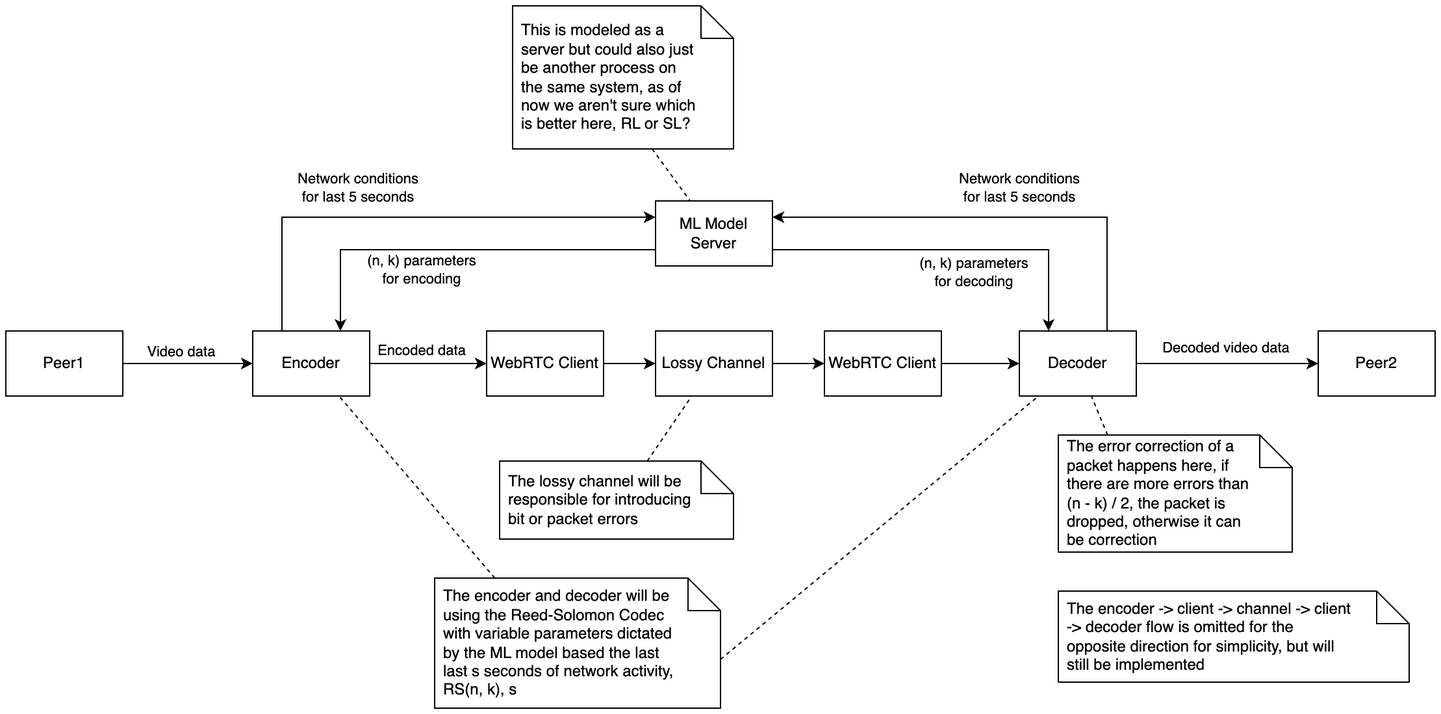
Before: system_diagram.png, a diagram exported from draw.io (jason-gerard/Adaptive-FEC-WebRTC). Source tidied: cells renumbered, new cells last; positions are measured from the earlier drawing's top-left corner, leaving out a move shared by most shapes. Its diagram source:
```xml
<mxGraphModel>
  <root>
    <mxCell id="0" />
    <mxCell id="1" parent="0" />
    <mxCell id="2" style="edgeStyle=orthogonalEdgeStyle;rounded=0;jettySize=auto;html=1;exitX=1;exitY=0.5;exitDx=0;exitDy=0;entryX=0;entryY=0.5;entryDx=0;entryDy=0;" parent="1" edge="1" source="4" target="10">
      <mxGeometry relative="1" as="geometry" />
    </mxCell>
    <mxCell id="3" value="Video data" style="edgeLabel;html=1;align=center;verticalAlign=middle;" parent="2" vertex="1">
      <mxGeometry x="-0.52" y="-1" relative="1" as="geometry">
        <mxPoint x="21" y="-10" as="offset" />
      </mxGeometry>
    </mxCell>
    <mxCell id="4" value="Peer1" style="rounded=0;whiteSpace=wrap;html=1;" parent="1" vertex="1">
      <mxGeometry y="250" width="90" height="50" as="geometry" />
    </mxCell>
    <mxCell id="5" value="Peer2" style="rounded=0;whiteSpace=wrap;html=1;" parent="1" vertex="1">
      <mxGeometry x="1010" y="250" width="90" height="50" as="geometry" />
    </mxCell>
    <mxCell id="6" style="edgeStyle=orthogonalEdgeStyle;rounded=0;jettySize=auto;html=1;entryX=0;entryY=0.25;entryDx=0;entryDy=0;exitX=0.25;exitY=0;exitDx=0;exitDy=0;" parent="1" edge="1" source="10" target="15">
      <mxGeometry relative="1" as="geometry" />
    </mxCell>
    <mxCell id="7" value="Network conditions&lt;br&gt;for last 5 seconds" style="edgeLabel;html=1;align=center;verticalAlign=middle;" parent="6" vertex="1">
      <mxGeometry x="-0.42" y="2" relative="1" as="geometry">
        <mxPoint x="36" y="-21" as="offset" />
      </mxGeometry>
    </mxCell>
    <mxCell id="8" style="edgeStyle=orthogonalEdgeStyle;rounded=0;jettySize=auto;html=1;exitX=1;exitY=0.5;exitDx=0;exitDy=0;entryX=0;entryY=0.5;entryDx=0;entryDy=0;" parent="1" edge="1" source="10" target="17">
      <mxGeometry relative="1" as="geometry" />
    </mxCell>
    <mxCell id="9" value="Encoded data" style="edgeLabel;html=1;align=center;verticalAlign=middle;" parent="8" vertex="1">
      <mxGeometry x="-0.21" relative="1" as="geometry">
        <mxPoint x="4" y="-10" as="offset" />
      </mxGeometry>
    </mxCell>
    <mxCell id="10" value="Encoder" style="rounded=0;whiteSpace=wrap;html=1;" parent="1" vertex="1">
      <mxGeometry x="190" y="250" width="90" height="50" as="geometry" />
    </mxCell>
    <mxCell id="11" style="edgeStyle=orthogonalEdgeStyle;rounded=0;jettySize=auto;html=1;exitX=0;exitY=0.75;exitDx=0;exitDy=0;entryX=0.75;entryY=0;entryDx=0;entryDy=0;" parent="1" edge="1" source="15" target="10">
      <mxGeometry relative="1" as="geometry" />
    </mxCell>
    <mxCell id="12" value="(n, k) parameters&lt;br&gt;for encoding" style="edgeLabel;html=1;align=center;verticalAlign=middle;" parent="11" vertex="1">
      <mxGeometry x="0.3" y="-3" relative="1" as="geometry">
        <mxPoint x="18" y="18" as="offset" />
      </mxGeometry>
    </mxCell>
    <mxCell id="13" style="edgeStyle=orthogonalEdgeStyle;rounded=0;jettySize=auto;html=1;exitX=1;exitY=0.75;exitDx=0;exitDy=0;entryX=0.25;entryY=0;entryDx=0;entryDy=0;" parent="1" edge="1" source="15" target="26">
      <mxGeometry relative="1" as="geometry" />
    </mxCell>
    <mxCell id="14" value="(n, k) parameters&lt;br style=&quot;border-color: var(--border-color);&quot;&gt;for decoding" style="edgeLabel;html=1;align=center;verticalAlign=middle;" parent="13" vertex="1">
      <mxGeometry x="0.15" y="-1" relative="1" as="geometry">
        <mxPoint x="-3" y="16" as="offset" />
      </mxGeometry>
    </mxCell>
    <mxCell id="15" value="ML Model Server" style="rounded=0;whiteSpace=wrap;html=1;" parent="1" vertex="1">
      <mxGeometry x="500" y="150" width="90" height="50" as="geometry" />
    </mxCell>
    <mxCell id="16" style="edgeStyle=orthogonalEdgeStyle;rounded=0;jettySize=auto;html=1;exitX=1;exitY=0.5;exitDx=0;exitDy=0;entryX=0;entryY=0.5;entryDx=0;entryDy=0;" parent="1" edge="1" source="17" target="19">
      <mxGeometry relative="1" as="geometry" />
    </mxCell>
    <mxCell id="17" value="WebRTC Client" style="rounded=0;whiteSpace=wrap;html=1;" parent="1" vertex="1">
      <mxGeometry x="370" y="250" width="90" height="50" as="geometry" />
    </mxCell>
    <mxCell id="18" style="edgeStyle=orthogonalEdgeStyle;rounded=0;jettySize=auto;html=1;exitX=1;exitY=0.5;exitDx=0;exitDy=0;entryX=0;entryY=0.5;entryDx=0;entryDy=0;" parent="1" edge="1" source="19" target="21">
      <mxGeometry relative="1" as="geometry" />
    </mxCell>
    <mxCell id="19" value="Lossy Channel" style="rounded=0;whiteSpace=wrap;html=1;" parent="1" vertex="1">
      <mxGeometry x="500" y="250" width="90" height="50" as="geometry" />
    </mxCell>
    <mxCell id="20" style="edgeStyle=orthogonalEdgeStyle;rounded=0;jettySize=auto;html=1;exitX=1;exitY=0.5;exitDx=0;exitDy=0;entryX=0;entryY=0.5;entryDx=0;entryDy=0;" parent="1" edge="1" source="21" target="26">
      <mxGeometry relative="1" as="geometry" />
    </mxCell>
    <mxCell id="21" value="WebRTC Client" style="rounded=0;whiteSpace=wrap;html=1;" parent="1" vertex="1">
      <mxGeometry x="630" y="250" width="90" height="50" as="geometry" />
    </mxCell>
    <mxCell id="22" style="edgeStyle=orthogonalEdgeStyle;rounded=0;jettySize=auto;html=1;exitX=0.75;exitY=0;exitDx=0;exitDy=0;entryX=1;entryY=0.25;entryDx=0;entryDy=0;" parent="1" edge="1" source="26" target="15">
      <mxGeometry relative="1" as="geometry" />
    </mxCell>
    <mxCell id="23" value="Network conditions&lt;br style=&quot;border-color: var(--border-color);&quot;&gt;for last 5 seconds" style="edgeLabel;html=1;align=center;verticalAlign=middle;" parent="22" vertex="1">
      <mxGeometry x="0.2" relative="1" as="geometry">
        <mxPoint x="53" y="-23" as="offset" />
      </mxGeometry>
    </mxCell>
    <mxCell id="24" style="edgeStyle=orthogonalEdgeStyle;rounded=0;jettySize=auto;html=1;exitX=1;exitY=0.5;exitDx=0;exitDy=0;entryX=0;entryY=0.5;entryDx=0;entryDy=0;" parent="1" edge="1" source="26" target="5">
      <mxGeometry relative="1" as="geometry" />
    </mxCell>
    <mxCell id="25" value="Decoded video data" style="edgeLabel;html=1;align=center;verticalAlign=middle;" parent="24" vertex="1">
      <mxGeometry x="-0.58" y="2" relative="1" as="geometry">
        <mxPoint x="39" y="-10" as="offset" />
      </mxGeometry>
    </mxCell>
    <mxCell id="26" value="Decoder" style="rounded=0;whiteSpace=wrap;html=1;" parent="1" vertex="1">
      <mxGeometry x="780" y="250" width="90" height="50" as="geometry" />
    </mxCell>
    <mxCell id="27" style="shape=note2;boundedLbl=1;whiteSpace=wrap;html=1;size=25;verticalAlign=top;align=left;spacingLeft=5;" parent="1" vertex="1">
      <mxGeometry x="380" y="350" width="180" height="60" as="geometry" />
    </mxCell>
    <mxCell id="28" value="The lossy channel will be responsible for introducing bit or packet errors" style="strokeColor=none;fillColor=none;align=left;spacingLeft=5;html=1;whiteSpace=wrap;" parent="27" vertex="1">
      <mxGeometry width="151.58" height="60" relative="1" as="geometry" />
    </mxCell>
    <mxCell id="29" style="rounded=0;jettySize=auto;html=1;exitX=0.75;exitY=0;exitDx=0;exitDy=0;endArrow=none;endFill=0;dashed=1;" parent="1" edge="1" source="28" target="19">
      <mxGeometry relative="1" as="geometry" />
    </mxCell>
    <mxCell id="30" style="rounded=0;jettySize=auto;html=1;exitX=0;exitY=0;exitDx=220;exitDy=62.5;exitPerimeter=0;endArrow=none;endFill=0;dashed=1;" parent="1" edge="1" source="31" target="26">
      <mxGeometry relative="1" as="geometry" />
    </mxCell>
    <mxCell id="31" style="shape=note2;boundedLbl=1;whiteSpace=wrap;html=1;size=25;verticalAlign=top;align=left;spacingLeft=5;" parent="1" vertex="1">
      <mxGeometry x="330" y="440" width="220" height="100" as="geometry" />
    </mxCell>
    <mxCell id="32" value="The encoder and decoder will be using the Reed-Solomon Codec with variable parameters dictated by the ML model based the last last s seconds of network activity, RS(n, k), s" style="strokeColor=none;fillColor=none;align=left;spacingLeft=5;html=1;whiteSpace=wrap;" parent="31" vertex="1">
      <mxGeometry width="185.26" height="100" relative="1" as="geometry" />
    </mxCell>
    <mxCell id="33" style="rounded=0;jettySize=auto;html=1;exitX=0.25;exitY=0;exitDx=0;exitDy=0;dashed=1;endArrow=none;endFill=0;" parent="1" edge="1" source="32" target="10">
      <mxGeometry relative="1" as="geometry" />
    </mxCell>
    <mxCell id="34" style="shape=note2;boundedLbl=1;whiteSpace=wrap;html=1;size=25;verticalAlign=top;align=left;spacingLeft=5;" parent="1" vertex="1">
      <mxGeometry x="390" width="170" height="110" as="geometry" />
    </mxCell>
    <mxCell id="35" value="This is modeled as a server but could also just be another process on the same system, as of now we aren't sure which is better here, RL or SL?" style="strokeColor=none;fillColor=none;align=left;spacingLeft=5;html=1;whiteSpace=wrap;" parent="34" vertex="1">
      <mxGeometry width="143.16" height="110" relative="1" as="geometry" />
    </mxCell>
    <mxCell id="36" style="rounded=0;jettySize=auto;html=1;dashed=1;endArrow=none;endFill=0;exitX=0.75;exitY=1;exitDx=0;exitDy=0;" parent="1" edge="1" source="35" target="15">
      <mxGeometry relative="1" as="geometry" />
    </mxCell>
    <mxCell id="37" style="shape=note2;boundedLbl=1;whiteSpace=wrap;html=1;size=25;verticalAlign=top;align=left;spacingLeft=5;" parent="1" vertex="1">
      <mxGeometry x="810" y="330" width="180" height="90" as="geometry" />
    </mxCell>
    <mxCell id="38" value="The error correction of a packet happens here, if there are more errors than (n - k) / 2, the packet is dropped, otherwise it can be correction" style="strokeColor=none;fillColor=none;align=left;spacingLeft=5;html=1;whiteSpace=wrap;" parent="37" vertex="1">
      <mxGeometry width="151.58" height="90" relative="1" as="geometry" />
    </mxCell>
    <mxCell id="39" style="rounded=0;jettySize=auto;html=1;exitX=0.25;exitY=0;exitDx=0;exitDy=0;dashed=1;endArrow=none;endFill=0;" parent="1" edge="1" source="38" target="26">
      <mxGeometry relative="1" as="geometry" />
    </mxCell>
    <mxCell id="40" style="shape=note2;boundedLbl=1;whiteSpace=wrap;html=1;size=25;verticalAlign=top;align=left;spacingLeft=5;" parent="1" vertex="1">
      <mxGeometry x="810" y="450" width="270" height="70" as="geometry" />
    </mxCell>
    <mxCell id="41" value="The encoder -&amp;gt; client -&amp;gt; channel -&amp;gt; client -&amp;gt; decoder flow is omitted for the opposite direction for simplicity, but will still be implemented" style="strokeColor=none;fillColor=none;align=left;spacingLeft=5;html=1;whiteSpace=wrap;" parent="40" vertex="1">
      <mxGeometry width="227.36" height="70" relative="1" as="geometry" />
    </mxCell>
  </root>
</mxGraphModel>
```
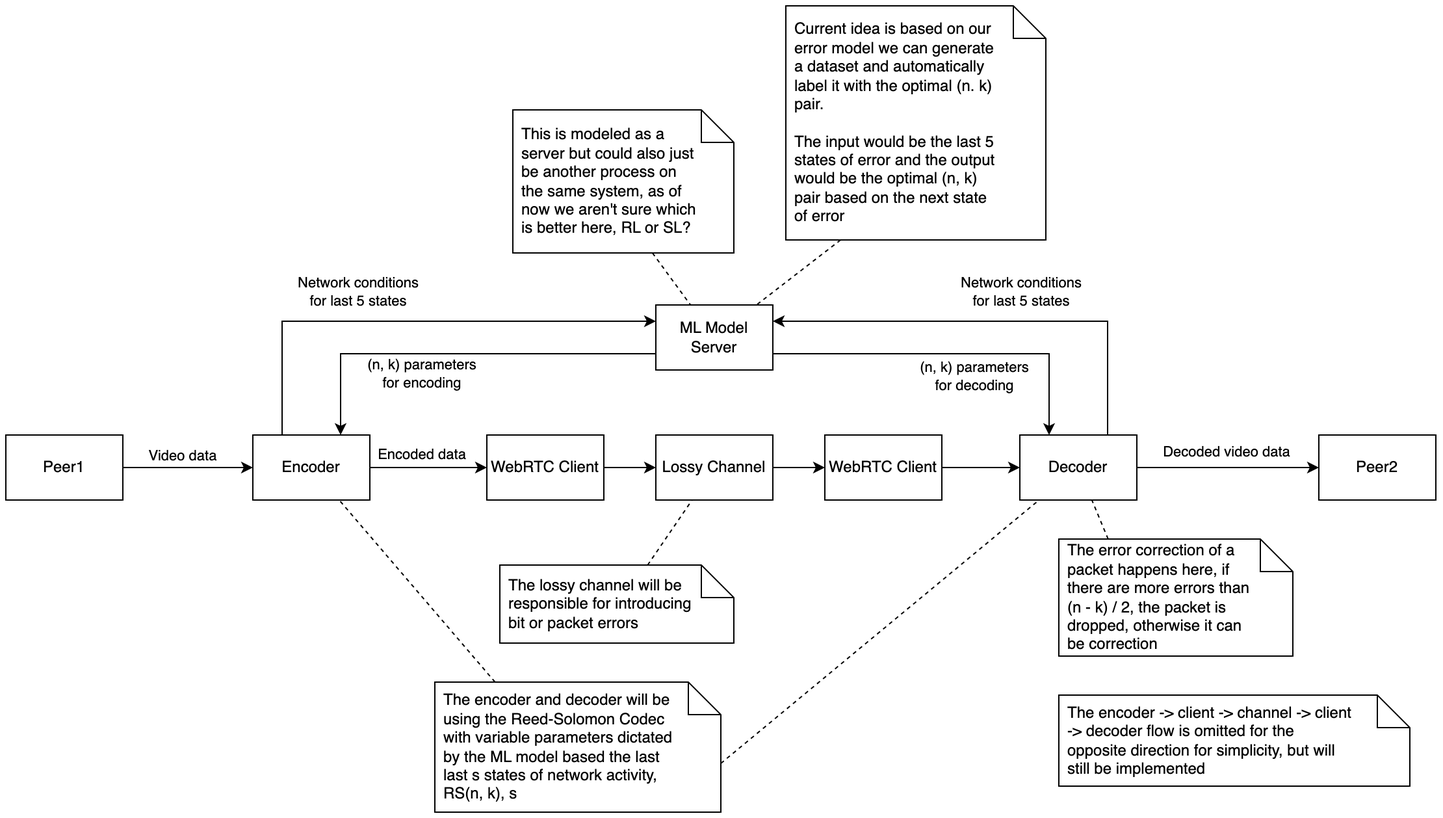
Above is the later version.

Commit message:
Update system diagram with more notes for review session

What changed in the source:
```diff
@@ -19,7 +19,7 @@
     <mxCell id="6" style="edgeStyle=orthogonalEdgeStyle;rounded=0;jettySize=auto;html=1;entryX=0;entryY=0.25;entryDx=0;entryDy=0;exitX=0.25;exitY=0;exitDx=0;exitDy=0;" parent="1" edge="1" source="10" target="15">
       <mxGeometry relative="1" as="geometry" />
     </mxCell>
-    <mxCell id="7" value="Network conditions&lt;br&gt;for last 5 seconds" style="edgeLabel;html=1;align=center;verticalAlign=middle;" parent="6" vertex="1">
+    <mxCell id="7" value="Network conditions&lt;br&gt;for last 5 states" style="edgeLabel;html=1;align=center;verticalAlign=middle;" parent="6" vertex="1">
       <mxGeometry x="-0.42" y="2" relative="1" as="geometry">
         <mxPoint x="36" y="-21" as="offset" />
       </mxGeometry>
@@ -75,7 +75,7 @@
     <mxCell id="22" style="edgeStyle=orthogonalEdgeStyle;rounded=0;jettySize=auto;html=1;exitX=0.75;exitY=0;exitDx=0;exitDy=0;entryX=1;entryY=0.25;entryDx=0;entryDy=0;" parent="1" edge="1" source="26" target="15">
       <mxGeometry relative="1" as="geometry" />
     </mxCell>
-    <mxCell id="23" value="Network conditions&lt;br style=&quot;border-color: var(--border-color);&quot;&gt;for last 5 seconds" style="edgeLabel;html=1;align=center;verticalAlign=middle;" parent="22" vertex="1">
+    <mxCell id="23" value="Network conditions&lt;br style=&quot;border-color: var(--border-color);&quot;&gt;for last 5 states" style="edgeLabel;html=1;align=center;verticalAlign=middle;" parent="22" vertex="1">
       <mxGeometry x="0.2" relative="1" as="geometry">
         <mxPoint x="53" y="-23" as="offset" />
       </mxGeometry>
@@ -106,7 +106,7 @@
     <mxCell id="31" style="shape=note2;boundedLbl=1;whiteSpace=wrap;html=1;size=25;verticalAlign=top;align=left;spacingLeft=5;" parent="1" vertex="1">
       <mxGeometry x="330" y="440" width="220" height="100" as="geometry" />
     </mxCell>
-    <mxCell id="32" value="The encoder and decoder will be using the Reed-Solomon Codec with variable parameters dictated by the ML model based the last last s seconds of network activity, RS(n, k), s" style="strokeColor=none;fillColor=none;align=left;spacingLeft=5;html=1;whiteSpace=wrap;" parent="31" vertex="1">
+    <mxCell id="32" value="The encoder and decoder will be using the Reed-Solomon Codec with variable parameters dictated by the ML model based the last last s states of network activity, RS(n, k), s" style="strokeColor=none;fillColor=none;align=left;spacingLeft=5;html=1;whiteSpace=wrap;" parent="31" vertex="1">
       <mxGeometry width="185.26" height="100" relative="1" as="geometry" />
     </mxCell>
     <mxCell id="33" style="rounded=0;jettySize=auto;html=1;exitX=0.25;exitY=0;exitDx=0;exitDy=0;dashed=1;endArrow=none;endFill=0;" parent="1" edge="1" source="32" target="10">
@@ -136,5 +136,14 @@
     <mxCell id="41" value="The encoder -&amp;gt; client -&amp;gt; channel -&amp;gt; client -&amp;gt; decoder flow is omitted for the opposite direction for simplicity, but will still be implemented" style="strokeColor=none;fillColor=none;align=left;spacingLeft=5;html=1;whiteSpace=wrap;" parent="40" vertex="1">
       <mxGeometry width="227.36" height="70" relative="1" as="geometry" />
     </mxCell>
+    <mxCell id="42" style="shape=note2;boundedLbl=1;whiteSpace=wrap;html=1;size=25;verticalAlign=top;align=left;spacingLeft=5;" parent="1" vertex="1">
+      <mxGeometry x="600" y="-80" width="200" height="180" as="geometry" />
+    </mxCell>
+    <mxCell id="43" value="Current idea is based on our error model we can generate a dataset and automatically label it with the optimal (n. k) pair. &lt;br&gt;&lt;br&gt;The input would be the last 5 states of error and the output would be the optimal (n, k) pair based on the next state of error" style="strokeColor=none;fillColor=none;align=left;spacingLeft=5;html=1;whiteSpace=wrap;" parent="42" vertex="1">
+      <mxGeometry width="168.42" height="180" relative="1" as="geometry" />
+    </mxCell>
+    <mxCell id="44" style="rounded=0;jettySize=auto;html=1;dashed=1;endArrow=none;endFill=0;exitX=0.25;exitY=1;exitDx=0;exitDy=0;" parent="1" edge="1" source="43" target="15">
+      <mxGeometry relative="1" as="geometry" />
+    </mxCell>
   </root>
 </mxGraphModel>
```
